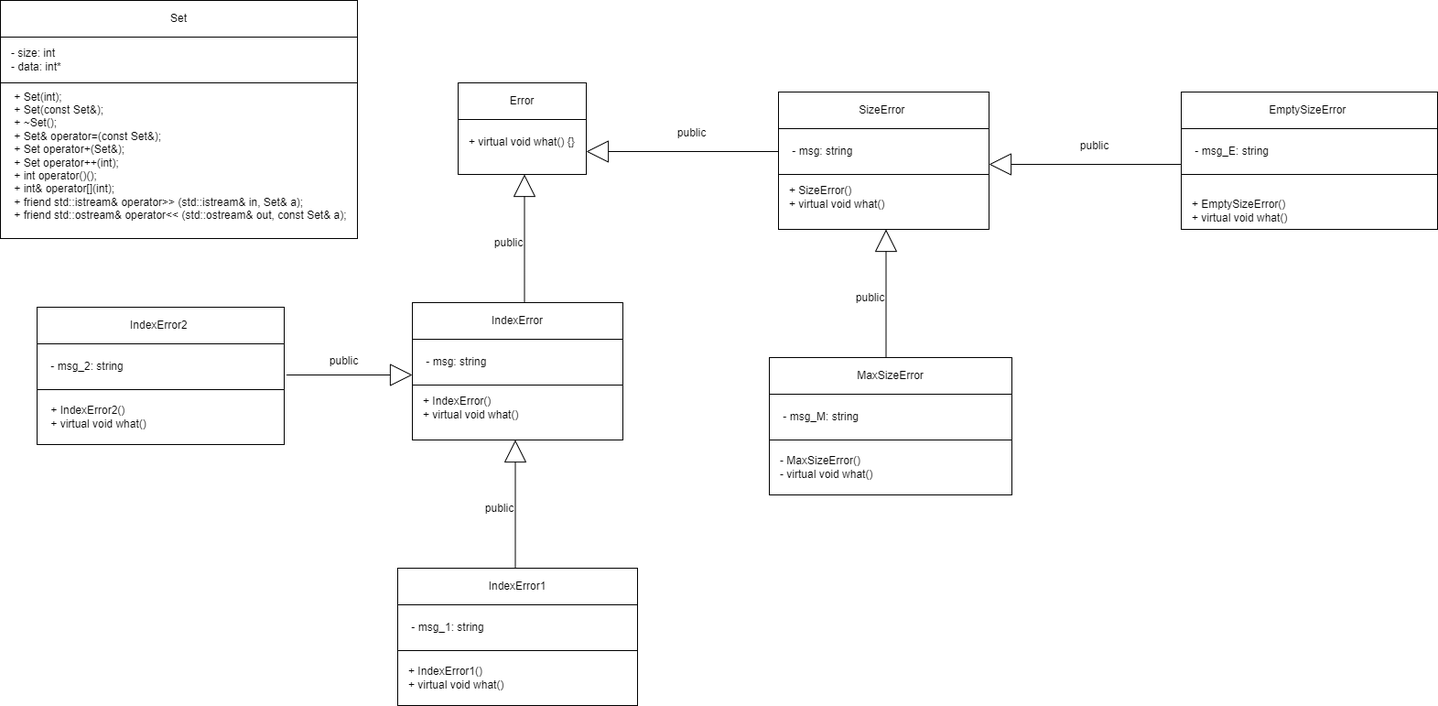
Earlier version of the draw.io export 2 Семестр/Class/Лаба 11/Лаба 11 Классы.png (IlyaFedoseev227/LABS-PNRPU-IVT-22-1b). Source tidied: cells renumbered, new cells last; positions are measured from the earlier drawing's top-left corner, leaving out a move shared by most shapes.
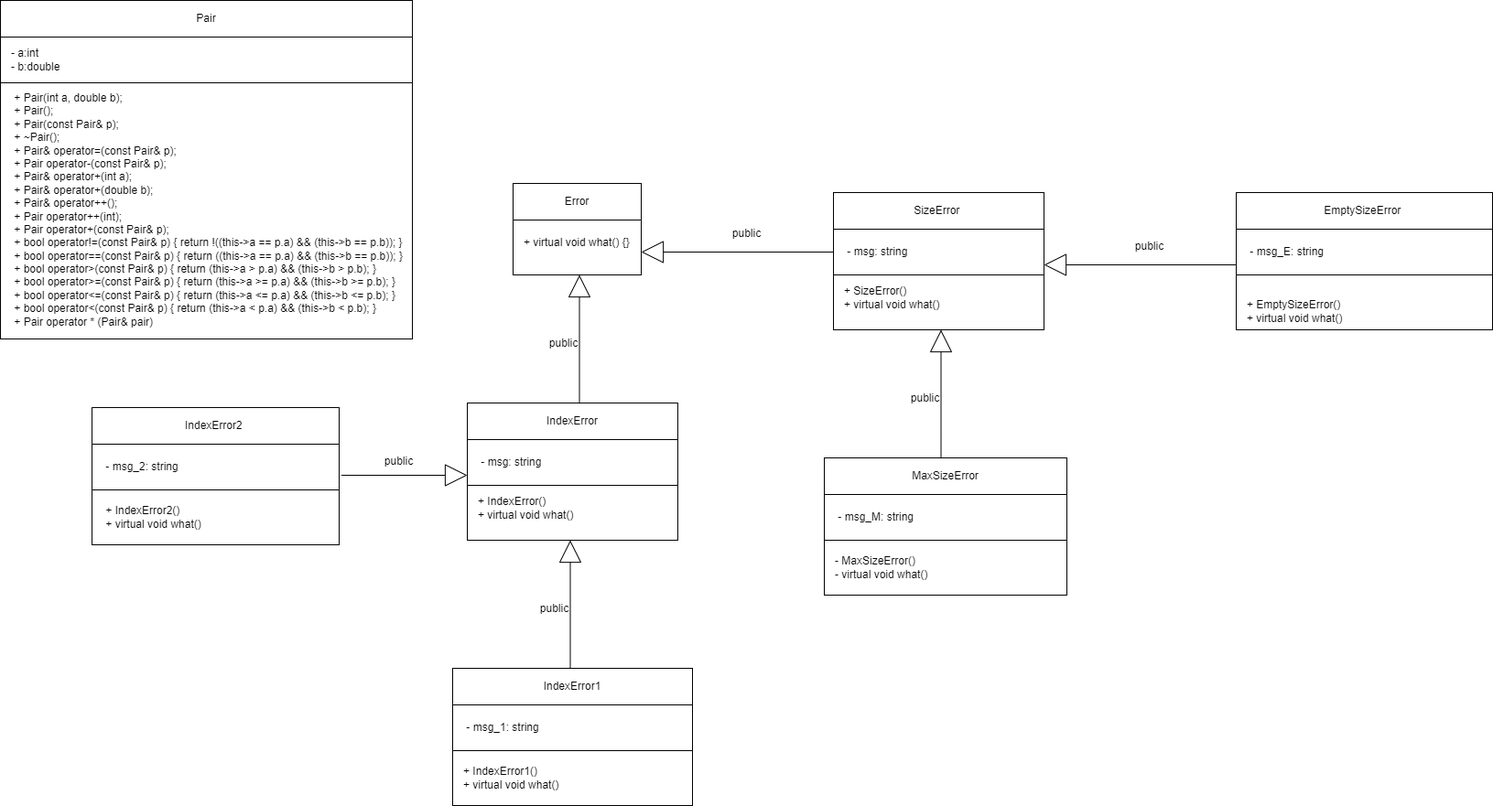
Later version of the same file.

What changed in the source:
```diff
@@ -153,19 +153,19 @@
       <mxGeometry x="350" y="379" width="50" height="30" as="geometry" />
     </mxCell>
     <mxCell id="47" style="rounded=0;whiteSpace=wrap;html=1;" parent="1" vertex="1">
-      <mxGeometry width="390" height="260" as="geometry" />
+      <mxGeometry x="-60" y="-110" width="450" height="370" as="geometry" />
     </mxCell>
-    <mxCell id="48" value="Set" style="rounded=0;whiteSpace=wrap;html=1;" parent="1" vertex="1">
-      <mxGeometry width="390" height="40" as="geometry" />
+    <mxCell id="48" value="Pair" style="rounded=0;whiteSpace=wrap;html=1;" parent="1" vertex="1">
+      <mxGeometry x="-60" y="-110" width="450" height="40" as="geometry" />
     </mxCell>
-    <mxCell id="49" value="&lt;div&gt;&amp;nbsp; &amp;nbsp; + Set(int);&lt;span style=&quot;&quot;&gt;&lt;/span&gt;&lt;/div&gt;&lt;div&gt;&lt;span style=&quot;&quot;&gt;&lt;span style=&quot;&quot;&gt;&lt;span style=&quot;white-space: pre;&quot;&gt;&amp;nbsp;&amp;nbsp;&amp;nbsp;&amp;nbsp;+ &lt;/span&gt;&lt;/span&gt;Set(const Set&amp;amp;);&lt;/span&gt;&lt;/div&gt;&lt;div&gt;&lt;span style=&quot;&quot;&gt;&lt;span style=&quot;&quot;&gt;&lt;span style=&quot;white-space: pre;&quot;&gt;&amp;nbsp;&amp;nbsp;&amp;nbsp;&amp;nbsp;+ &lt;/span&gt;&lt;/span&gt;~Set();&lt;/span&gt;&lt;/div&gt;&lt;div&gt;&lt;span style=&quot;&quot;&gt;&lt;span style=&quot;&quot;&gt;&lt;span style=&quot;white-space: pre;&quot;&gt;&amp;nbsp;&amp;nbsp;&amp;nbsp;&amp;nbsp;+ &lt;/span&gt;&lt;/span&gt;Set&amp;amp; operator=(const Set&amp;amp;);&lt;/span&gt;&lt;/div&gt;&lt;div&gt;&lt;span style=&quot;&quot;&gt;&lt;span style=&quot;&quot;&gt;&lt;span style=&quot;white-space: pre;&quot;&gt;&amp;nbsp;&amp;nbsp;&amp;nbsp;&amp;nbsp;+ &lt;/span&gt;&lt;/span&gt;Set operator+(Set&amp;amp;);&lt;/span&gt;&lt;/div&gt;&lt;div&gt;&lt;span style=&quot;&quot;&gt;&lt;span style=&quot;&quot;&gt;&lt;span style=&quot;white-space: pre;&quot;&gt;&amp;nbsp;&amp;nbsp;&amp;nbsp;&amp;nbsp;+ &lt;/span&gt;&lt;/span&gt;Set operator++(int);&lt;/span&gt;&lt;/div&gt;&lt;div&gt;&lt;span style=&quot;&quot;&gt;&lt;span style=&quot;&quot;&gt;&lt;span style=&quot;white-space: pre;&quot;&gt;&amp;nbsp;&amp;nbsp;&amp;nbsp;&amp;nbsp;+ &lt;/span&gt;&lt;/span&gt;int operator()();&lt;/span&gt;&lt;/div&gt;&lt;div&gt;&lt;span style=&quot;&quot;&gt;&lt;span style=&quot;&quot;&gt;&lt;span style=&quot;white-space: pre;&quot;&gt;&amp;nbsp;&amp;nbsp;&amp;nbsp;&amp;nbsp;+ &lt;/span&gt;&lt;/span&gt;int&amp;amp; operator[](int);&lt;/span&gt;&lt;/div&gt;&lt;div&gt;&lt;span style=&quot;&quot;&gt;&lt;span style=&quot;&quot;&gt;&lt;span style=&quot;white-space: pre;&quot;&gt;&amp;nbsp;&amp;nbsp;&amp;nbsp;&amp;nbsp;+ &lt;/span&gt;&lt;/span&gt;friend std::istream&amp;amp; operator&amp;gt;&amp;gt; (std::istream&amp;amp; in, Set&amp;amp; a);&lt;/span&gt;&lt;/div&gt;&lt;div&gt;&lt;span style=&quot;&quot;&gt;&lt;span style=&quot;&quot;&gt;&lt;span style=&quot;white-space: pre;&quot;&gt;&amp;nbsp;&amp;nbsp;&amp;nbsp;&amp;nbsp;+ &lt;/span&gt;&lt;/span&gt;friend std::ostream&amp;amp; operator&amp;lt;&amp;lt; (std::ostream&amp;amp; out, const Set&amp;amp; a);&lt;/span&gt;&lt;/div&gt;" style="text;html=1;align=left;verticalAlign=middle;strokeColor=none;fillColor=none;" parent="1" vertex="1">
-      <mxGeometry y="90" width="400" height="160" as="geometry" />
+    <mxCell id="49" value="&lt;div&gt;&amp;nbsp; &amp;nbsp; + Pair(int a, double b);&lt;span style=&quot;&quot;&gt;&lt;/span&gt;&lt;/div&gt;&lt;div&gt;&lt;span style=&quot;&quot;&gt;&lt;span style=&quot;&quot;&gt;&lt;span style=&quot;white-space: pre;&quot;&gt;&amp;nbsp;&amp;nbsp;&amp;nbsp;&amp;nbsp;+ &lt;/span&gt;&lt;/span&gt;Pair();&lt;/span&gt;&lt;/div&gt;&lt;div&gt;&lt;span style=&quot;&quot;&gt;&lt;span style=&quot;&quot;&gt;&lt;span style=&quot;white-space: pre;&quot;&gt;&amp;nbsp;&amp;nbsp;&amp;nbsp;&amp;nbsp;+ &lt;/span&gt;&lt;/span&gt;Pair(const Pair&amp;amp; p);&lt;/span&gt;&lt;/div&gt;&lt;div&gt;&lt;span style=&quot;&quot;&gt;&lt;span style=&quot;&quot;&gt;&lt;span style=&quot;white-space: pre;&quot;&gt;&amp;nbsp;&amp;nbsp;&amp;nbsp;&amp;nbsp;+ &lt;/span&gt;&lt;/span&gt;~Pair();&lt;/span&gt;&lt;/div&gt;&lt;div&gt;&lt;span style=&quot;&quot;&gt;&lt;span style=&quot;&quot;&gt;&lt;span style=&quot;white-space: pre;&quot;&gt;&amp;nbsp;&amp;nbsp;&amp;nbsp;&amp;nbsp;+ &lt;/span&gt;&lt;/span&gt;Pair&amp;amp; operator=(const Pair&amp;amp; p);&lt;/span&gt;&lt;/div&gt;&lt;div&gt;&lt;span style=&quot;&quot;&gt;&lt;span style=&quot;&quot;&gt;&lt;span style=&quot;white-space: pre;&quot;&gt;&amp;nbsp;&amp;nbsp;&amp;nbsp;&amp;nbsp;+ &lt;/span&gt;&lt;/span&gt;Pair operator-(const Pair&amp;amp; p);&lt;/span&gt;&lt;/div&gt;&lt;div&gt;&lt;span style=&quot;&quot;&gt;&lt;span style=&quot;&quot;&gt;&lt;span style=&quot;white-space: pre;&quot;&gt;&amp;nbsp;&amp;nbsp;&amp;nbsp;&amp;nbsp;+ &lt;/span&gt;&lt;/span&gt;Pair&amp;amp; operator+(int a);&lt;/span&gt;&lt;/div&gt;&lt;div&gt;&lt;span style=&quot;&quot;&gt;&lt;span style=&quot;&quot;&gt;&lt;span style=&quot;white-space: pre;&quot;&gt;&amp;nbsp;&amp;nbsp;&amp;nbsp;&amp;nbsp;+ &lt;/span&gt;&lt;/span&gt;Pair&amp;amp; operator+(double b);&lt;/span&gt;&lt;/div&gt;&lt;div&gt;&lt;span style=&quot;&quot;&gt;&lt;span style=&quot;&quot;&gt;&lt;span style=&quot;white-space: pre;&quot;&gt;&amp;nbsp;&amp;nbsp;&amp;nbsp;&amp;nbsp;+ &lt;/span&gt;&lt;/span&gt;Pair&amp;amp; operator++();&lt;/span&gt;&lt;/div&gt;&lt;div&gt;&lt;span style=&quot;&quot;&gt;&lt;span style=&quot;&quot;&gt;&lt;span style=&quot;white-space: pre;&quot;&gt;&amp;nbsp;&amp;nbsp;&amp;nbsp;&amp;nbsp;+ &lt;/span&gt;&lt;/span&gt;Pair operator++(int);&lt;/span&gt;&lt;/div&gt;&lt;div&gt;&lt;span style=&quot;&quot;&gt;&lt;span style=&quot;&quot;&gt;&lt;span style=&quot;white-space: pre;&quot;&gt;&amp;nbsp;&amp;nbsp;&amp;nbsp;&amp;nbsp;+ &lt;/span&gt;&lt;/span&gt;Pair operator+(const Pair&amp;amp; p);&lt;/span&gt;&lt;/div&gt;&lt;div&gt;&lt;span style=&quot;&quot;&gt;&lt;span style=&quot;&quot;&gt;&lt;span style=&quot;white-space: pre;&quot;&gt;&amp;nbsp;&amp;nbsp;&amp;nbsp;&amp;nbsp;+ &lt;/span&gt;&lt;/span&gt;bool operator!=(const Pair&amp;amp; p) { return !((this-&amp;gt;a == p.a) &amp;amp;&amp;amp; (this-&amp;gt;b == p.b)); }&lt;/span&gt;&lt;/div&gt;&lt;div&gt;&lt;span style=&quot;&quot;&gt;&lt;span style=&quot;&quot;&gt;&lt;span style=&quot;white-space: pre;&quot;&gt;&amp;nbsp;&amp;nbsp;&amp;nbsp; + &lt;/span&gt;&lt;/span&gt;bool operator==(const Pair&amp;amp; p) { return ((this-&amp;gt;a == p.a) &amp;amp;&amp;amp; (this-&amp;gt;b == p.b)); }&lt;/span&gt;&lt;/div&gt;&lt;div&gt;&lt;span style=&quot;&quot;&gt;&lt;span style=&quot;&quot;&gt;&lt;span style=&quot;white-space: pre;&quot;&gt;&amp;nbsp;&amp;nbsp;&amp;nbsp;&amp;nbsp;+ &lt;/span&gt;&lt;/span&gt;bool operator&amp;gt;(const Pair&amp;amp; p) { return (this-&amp;gt;a &amp;gt; p.a) &amp;amp;&amp;amp; (this-&amp;gt;b &amp;gt; p.b); }&lt;/span&gt;&lt;/div&gt;&lt;div&gt;&lt;span style=&quot;&quot;&gt;&lt;span style=&quot;&quot;&gt;&lt;span style=&quot;white-space: pre;&quot;&gt;&amp;nbsp;&amp;nbsp;&amp;nbsp;&amp;nbsp;+ &lt;/span&gt;&lt;/span&gt;bool operator&amp;gt;=(const Pair&amp;amp; p) { return (this-&amp;gt;a &amp;gt;= p.a) &amp;amp;&amp;amp; (this-&amp;gt;b &amp;gt;= p.b); }&lt;/span&gt;&lt;/div&gt;&lt;div&gt;&lt;span style=&quot;&quot;&gt;&lt;span style=&quot;&quot;&gt;&lt;span style=&quot;white-space: pre;&quot;&gt;&amp;nbsp;&amp;nbsp;&amp;nbsp;&amp;nbsp;+ &lt;/span&gt;&lt;/span&gt;bool operator&amp;lt;=(const Pair&amp;amp; p) { return (this-&amp;gt;a &amp;lt;= p.a) &amp;amp;&amp;amp; (this-&amp;gt;b &amp;lt;= p.b); }&lt;/span&gt;&lt;/div&gt;&lt;div&gt;&lt;span style=&quot;&quot;&gt;&lt;span style=&quot;&quot;&gt;&lt;span style=&quot;white-space: pre;&quot;&gt;&amp;nbsp;&amp;nbsp;&amp;nbsp;&amp;nbsp;+ &lt;/span&gt;&lt;/span&gt;bool operator&amp;lt;(const Pair&amp;amp; p) { return (this-&amp;gt;a &amp;lt; p.a) &amp;amp;&amp;amp; (this-&amp;gt;b &amp;lt; p.b); }&lt;/span&gt;&lt;/div&gt;&lt;div&gt;&lt;span style=&quot;&quot;&gt;&lt;span style=&quot;&quot;&gt;&lt;span style=&quot;white-space: pre;&quot;&gt;&amp;nbsp;&amp;nbsp;&amp;nbsp;&amp;nbsp;+ &lt;/span&gt;&lt;/span&gt;Pair operator * (Pair&amp;amp; pair)&lt;/span&gt;&lt;/div&gt;" style="text;html=1;align=left;verticalAlign=middle;strokeColor=none;fillColor=none;" parent="1" vertex="1">
+      <mxGeometry x="-60" y="-16" width="460" height="270" as="geometry" />
     </mxCell>
     <mxCell id="50" style="rounded=0;whiteSpace=wrap;html=1;" parent="1" vertex="1">
-      <mxGeometry y="40" width="390" height="50" as="geometry" />
+      <mxGeometry x="-60" y="-70" width="450" height="50" as="geometry" />
     </mxCell>
-    <mxCell id="51" value="&lt;div&gt;- size:&amp;nbsp;&lt;span style=&quot;background-color: initial;&quot;&gt;int&lt;/span&gt;&lt;/div&gt;&lt;div&gt;- data: int*&lt;span style=&quot;&quot;&gt;&lt;/span&gt;&lt;/div&gt;" style="text;html=1;align=left;verticalAlign=middle;strokeColor=none;fillColor=none;" parent="1" vertex="1">
-      <mxGeometry x="10" y="45" width="80" height="40" as="geometry" />
+    <mxCell id="51" value="&lt;div&gt;- a:int&lt;span style=&quot;&quot;&gt;&lt;/span&gt;&lt;/div&gt;&lt;div&gt;&lt;span style=&quot;white-space: pre;&quot;&gt;- b:&lt;/span&gt;double&lt;/div&gt;" style="text;html=1;align=left;verticalAlign=middle;strokeColor=none;fillColor=none;" parent="1" vertex="1">
+      <mxGeometry x="-50" y="-65" width="80" height="40" as="geometry" />
     </mxCell>
   </root>
 </mxGraphModel>
```
